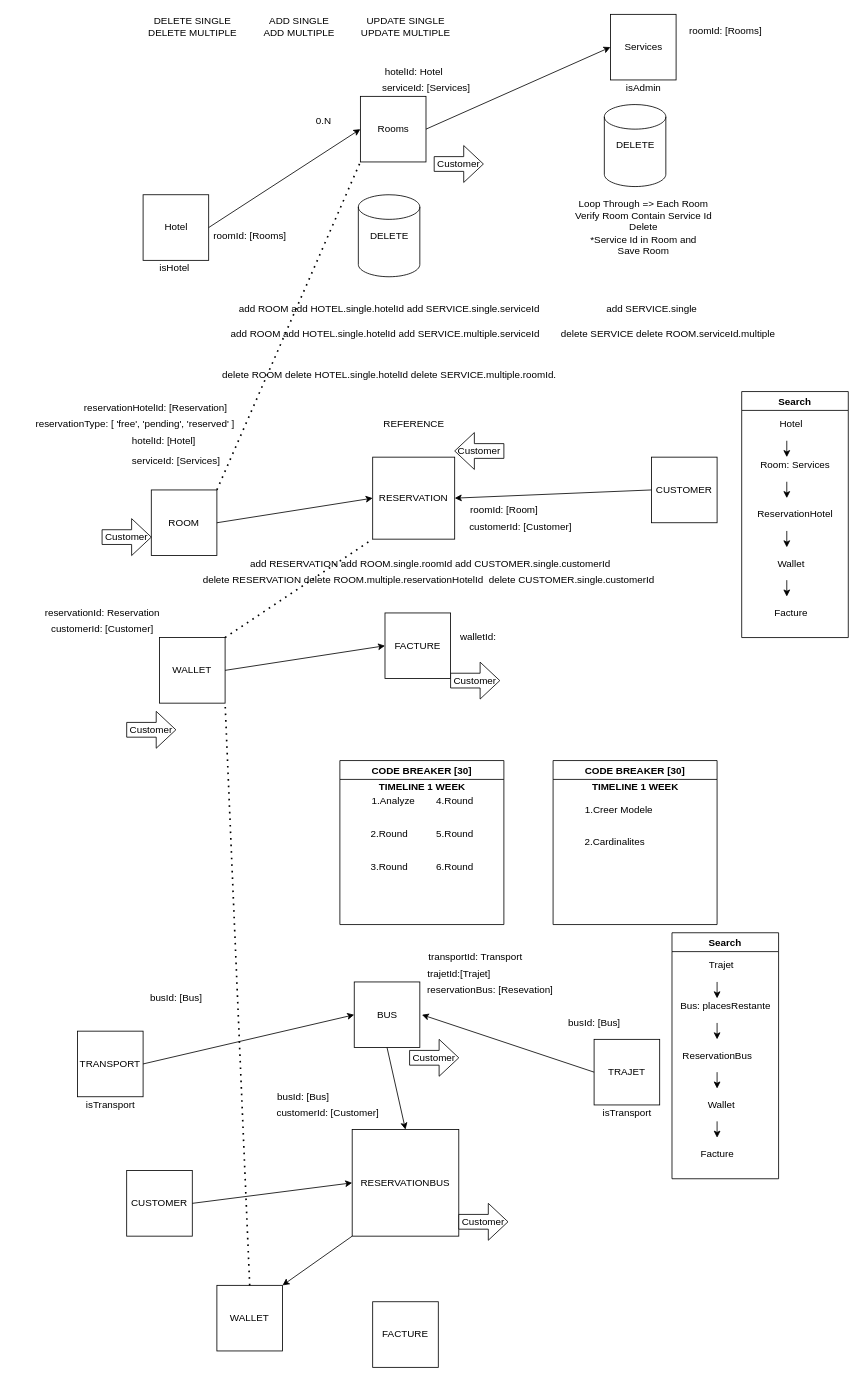
The draw.io diagram Untitled Diagram.drawio in appsdevers/portfolio, before the edit. Source tidied: cells renumbered, new cells numbered last; positions are measured from the earlier drawing's top-left corner, leaving out a move shared by most shapes. Both pictures are drawn from the tidied source at 82%, with x=0, y=0 at pixel (28, 14).
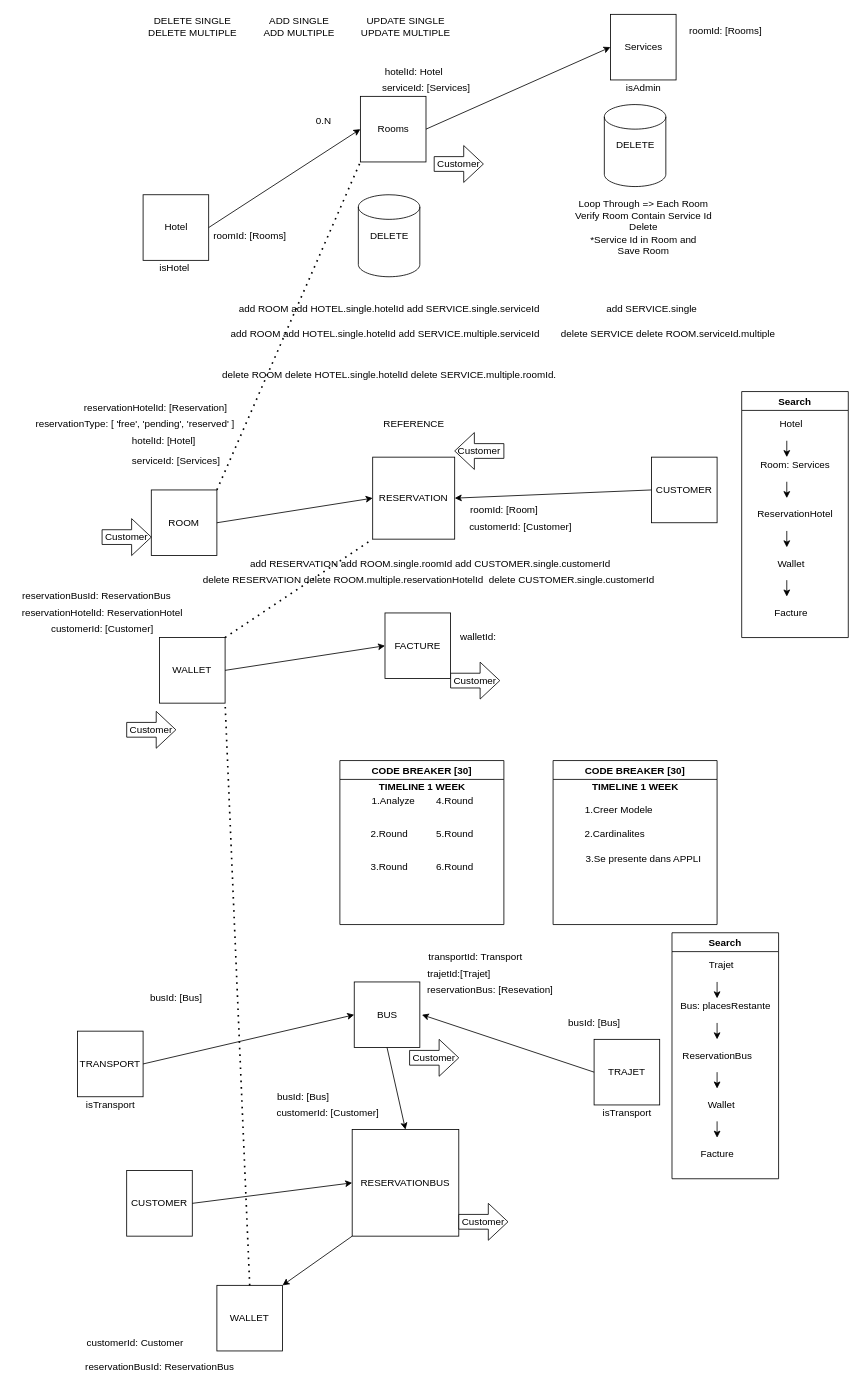
After the change.

Unchanged cells that the change refers to:
```xml
<mxCell id="108" value="CODE BREAKER [30]" style="swimlane;" parent="1" vertex="1">
  <mxGeometry x="640" y="910" width="200" height="200" as="geometry" />
</mxCell>
```

What changed in the source:
```diff
@@
-    <mxCell id="62" value="reservationId: Reservation" style="text;html=1;align=center;verticalAlign=middle;strokeColor=none;fillColor=none;" parent="1" vertex="1">
-      <mxGeometry x="10" y="720" width="160" height="20" as="geometry" />
+    <mxCell id="62" value="reservationHotelId: ReservationHotel" style="text;html=1;align=center;verticalAlign=middle;strokeColor=none;fillColor=none;" parent="1" vertex="1">
+      <mxGeometry x="-15" y="720" width="210" height="20" as="geometry" />
     </mxCell>
@@
-    <mxCell id="92" value="FACTURE" style="whiteSpace=wrap;html=1;" parent="1" vertex="1">
-      <mxGeometry x="420" y="1570" width="80" height="80" as="geometry" />
-    </mxCell>
@@
     <mxCell id="111" value="2.Cardinalites" style="text;html=1;align=center;verticalAlign=middle;strokeColor=none;fillColor=none;" parent="108" vertex="1">
-      <mxGeometry x="30" y="90" width="90" height="20" as="geometry" />
+      <mxGeometry x="30" y="80" width="90" height="20" as="geometry" />
     </mxCell>
+    <mxCell id="113" value="3.Se presente dans APPLI" style="text;html=1;align=center;verticalAlign=middle;strokeColor=none;fillColor=none;" parent="108" vertex="1">
+      <mxGeometry x="30" y="110" width="160" height="20" as="geometry" />
+    </mxCell>
@@
+    <mxCell id="114" value="customerId: Customer" style="text;html=1;align=center;verticalAlign=middle;strokeColor=none;fillColor=none;" parent="1" vertex="1">
+      <mxGeometry x="65" y="1610" width="130" height="20" as="geometry" />
+    </mxCell>
+    <mxCell id="115" value="reservationBusId: ReservationBus" style="text;html=1;align=center;verticalAlign=middle;strokeColor=none;fillColor=none;" parent="1" vertex="1">
+      <mxGeometry x="60" y="1640" width="200" height="20" as="geometry" />
+    </mxCell>
+    <mxCell id="116" value="reservationBusId: ReservationBus" style="text;html=1;align=center;verticalAlign=middle;strokeColor=none;fillColor=none;" parent="1" vertex="1">
+      <mxGeometry x="-17" y="700" width="200" height="20" as="geometry" />
+    </mxCell>
```
